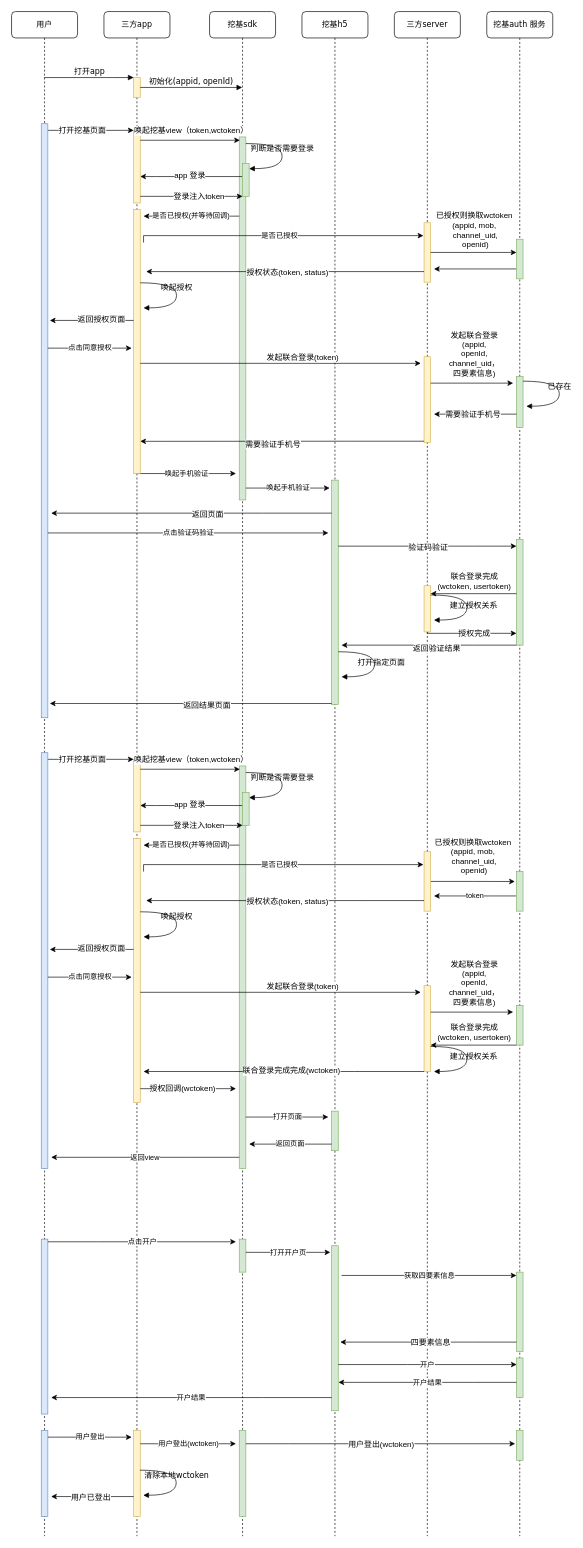
Before: 授权接入-new.drawio in ytyszxf/angular2-webpack-starter, a draw.io diagram. Source tidied: cells renumbered, new cells numbered last; positions are measured from the earlier drawing's top-left corner, leaving out a move shared by most shapes. Both pictures are drawn from the tidied source at 66%, with x=0, y=0 at pixel (11, 11).
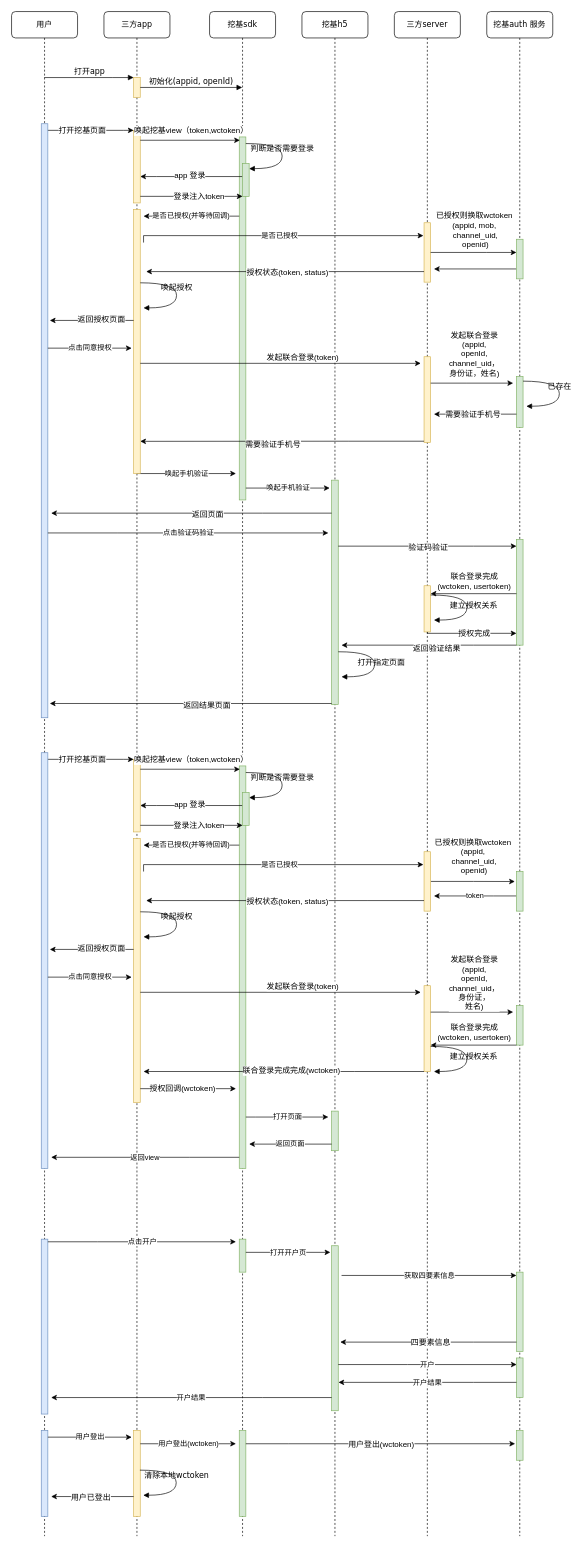
The same diagram, later.

Unchanged cells that the change refers to:
```xml
<mxCell id="46" style="edgeStyle=orthogonalEdgeStyle;rounded=0;jettySize=auto;html=1;" parent="1" edge="1" source="16">
  <mxGeometry relative="1" as="geometry">
    <mxPoint x="760" y="563" as="targetPoint" />
    <Array as="points">
      <mxPoint x="690" y="563" />
      <mxPoint x="690" y="563" />
    </Array>
  </mxGeometry>
</mxCell>
<mxCell id="99" style="html=1;points=[];perimeter=orthogonalPerimeter;rounded=0;shadow=0;comic=0;labelBackgroundColor=none;strokeColor=#d6b656;strokeWidth=1;fillColor=#fff2cc;fontFamily=Verdana;fontSize=12;align=center;" parent="1" vertex="1">
  <mxGeometry x="625" y="1273" width="10" height="90" as="geometry" />
</mxCell>
<mxCell id="113" style="html=1;points=[];perimeter=orthogonalPerimeter;rounded=0;shadow=0;comic=0;labelBackgroundColor=none;strokeColor=#82b366;strokeWidth=1;fillColor=#d5e8d4;fontFamily=Verdana;fontSize=12;align=center;" parent="1" vertex="1">
  <mxGeometry x="765" y="1303" width="10" height="60" as="geometry" />
</mxCell>
<mxCell id="119" style="edgeStyle=orthogonalEdgeStyle;rounded=0;jettySize=auto;html=1;" parent="1" edge="1" source="97">
  <mxGeometry relative="1" as="geometry">
    <mxPoint x="760" y="1516" as="targetPoint" />
    <Array as="points">
      <mxPoint x="690" y="1516" />
      <mxPoint x="690" y="1516" />
    </Array>
  </mxGeometry>
</mxCell>
```

Diff of the diagram source:
```diff
@@
-    <mxCell id="47" value="发起联合登录&lt;br&gt;(appid, &lt;br&gt;openId, &lt;br&gt;channel_uid，&lt;br&gt;四要素信息)" style="text;html=1;align=center;verticalAlign=middle;labelBackgroundColor=#ffffff;" parent="46" vertex="1">
+    <mxCell id="47" value="发起联合登录&lt;br&gt;(appid, &lt;br&gt;openId, &lt;br&gt;channel_uid，&lt;br&gt;身份证，姓名)" style="text;html=1;align=center;verticalAlign=middle;labelBackgroundColor=#ffffff;" parent="46" vertex="1">
       <mxGeometry x="-0.2" relative="1" as="geometry">
         <mxPoint x="15" y="-45" as="offset" />
       </mxGeometry>
     </mxCell>
@@
-    <mxCell id="98" value="&lt;span style=&quot;font-size: 12px&quot;&gt;已授权则换取wctoken&lt;/span&gt;&lt;br style=&quot;font-size: 12px&quot;&gt;&lt;span style=&quot;font-size: 12px&quot;&gt;(appid, mob,&lt;br&gt;&amp;nbsp;channel_uid,&lt;br&gt;&amp;nbsp;openid)&lt;/span&gt;" style="edgeStyle=orthogonalEdgeStyle;rounded=0;jettySize=auto;html=1;entryX=-0.243;entryY=0.252;entryDx=0;entryDy=0;entryPerimeter=0;" parent="1" edge="1" source="99" target="113">
+    <mxCell id="98" value="&lt;span style=&quot;font-size: 12px&quot;&gt;已授权则换取wctoken&lt;/span&gt;&lt;br style=&quot;font-size: 12px&quot;&gt;&lt;span style=&quot;font-size: 12px&quot;&gt;(appid,&lt;br&gt;&amp;nbsp;channel_uid,&lt;br&gt;&amp;nbsp;openid)&lt;/span&gt;" style="edgeStyle=orthogonalEdgeStyle;rounded=0;jettySize=auto;html=1;entryX=-0.243;entryY=0.252;entryDx=0;entryDy=0;entryPerimeter=0;" parent="1" edge="1" source="99" target="113">
       <mxGeometry x="0.01" y="38" relative="1" as="geometry" />
     </mxCell>
@@
-    <mxCell id="120" value="发起联合登录&lt;br&gt;(appid, &lt;br&gt;openId, &lt;br&gt;channel_uid，&lt;br&gt;四要素信息)" style="text;html=1;align=center;verticalAlign=middle;labelBackgroundColor=#ffffff;" parent="119" vertex="1">
+    <mxCell id="120" value="发起联合登录&lt;br&gt;(appid, &lt;br&gt;openId, &lt;br&gt;channel_uid，&lt;br&gt;身份证，&lt;br&gt;姓名)" style="text;html=1;align=center;verticalAlign=middle;labelBackgroundColor=#ffffff;" parent="119" vertex="1">
       <mxGeometry x="-0.2" relative="1" as="geometry">
         <mxPoint x="15" y="-45" as="offset" />
       </mxGeometry>
     </mxCell>
```
